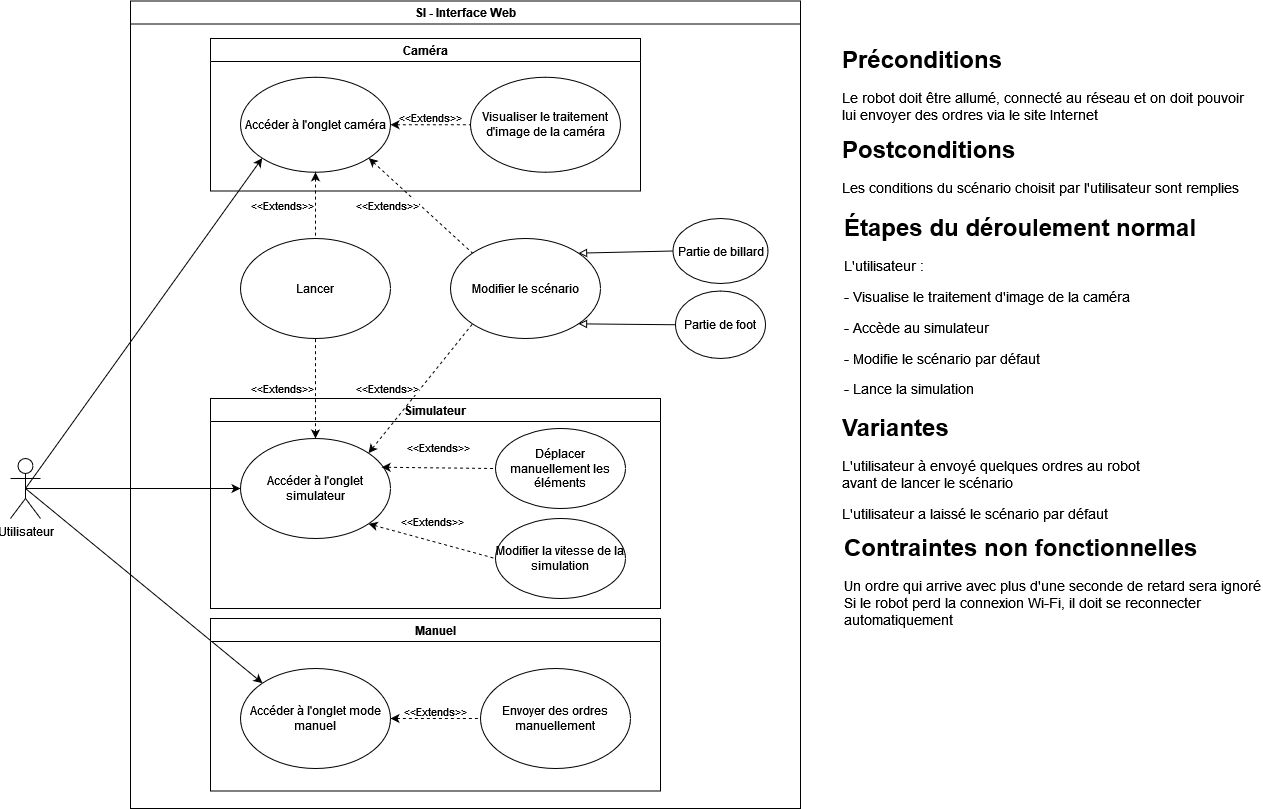
The draw.io diagram Documents/Etude_Prealable/Diagramme_Cas_Utilisation/Diagramme_CU.png in Akip2/RobotBillard, before a commit. Source tidied: cells renumbered, new cells last; positions are measured from the earlier drawing's top-left corner, leaving out a move shared by most shapes.
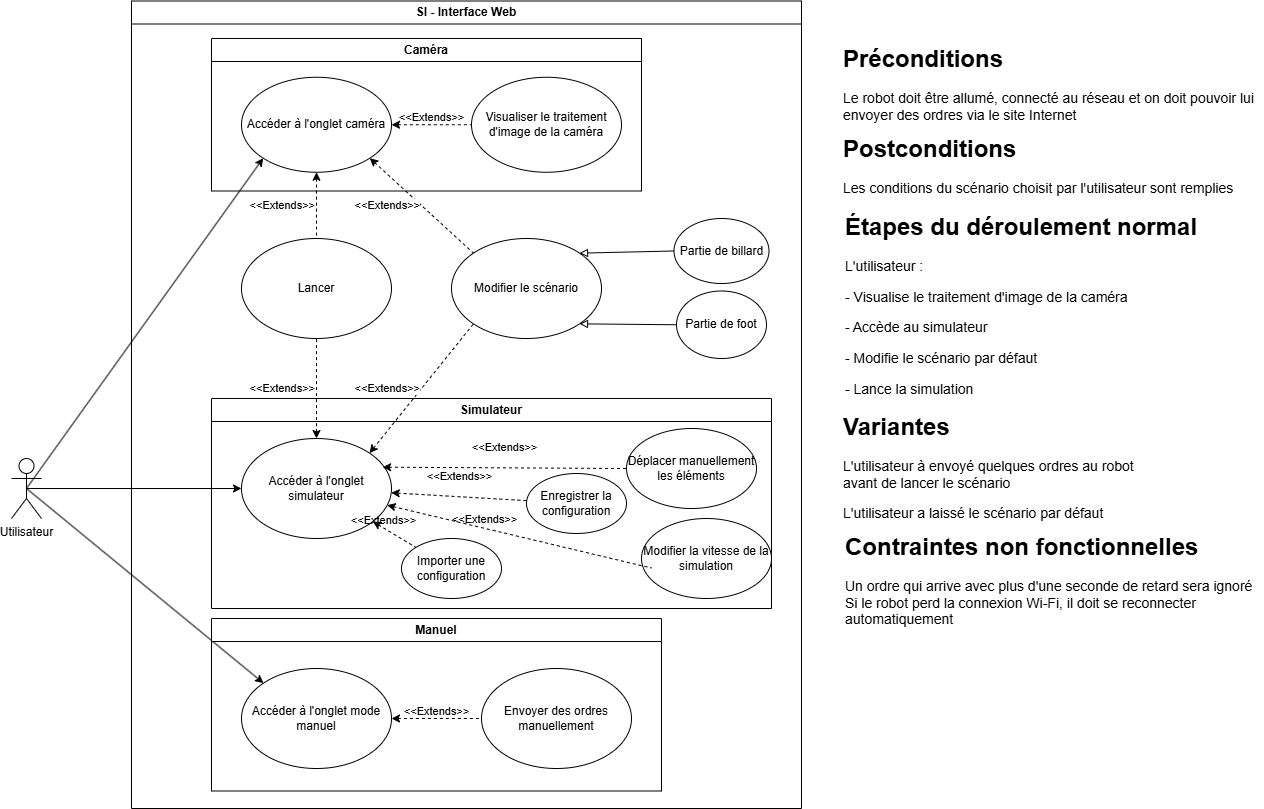
The same file after the commit.

Commit message:
Ajout des fonctionnalités d'import et d'enregistrement de configuration du simulateur

What changed in the source:
```diff
@@ -39,7 +39,7 @@
       <mxGeometry relative="1" as="geometry" />
     </mxCell>
     <mxCell id="14" value="Simulateur" style="swimlane;whiteSpace=wrap;html=1;" parent="9" vertex="1">
-      <mxGeometry x="80" y="397.5" width="450" height="210" as="geometry" />
+      <mxGeometry x="80" y="397.5" width="560" height="210" as="geometry" />
     </mxCell>
     <mxCell id="15" style="edgeStyle=orthogonalEdgeStyle;rounded=0;orthogonalLoop=1;jettySize=auto;html=1;exitX=0.5;exitY=1;exitDx=0;exitDy=0;" parent="14" edge="1">
       <mxGeometry relative="1" as="geometry">
@@ -51,17 +51,31 @@
       <mxGeometry x="30" y="40" width="150" height="100" as="geometry" />
     </mxCell>
     <mxCell id="17" value="Déplacer manuellement les éléments" style="ellipse;whiteSpace=wrap;html=1;" parent="14" vertex="1">
-      <mxGeometry x="285" y="30" width="130" height="80" as="geometry" />
+      <mxGeometry x="415" y="30" width="130" height="80" as="geometry" />
     </mxCell>
     <mxCell id="18" value="&lt;div&gt;&amp;lt;&amp;lt;Extends&amp;gt;&amp;gt;&lt;/div&gt;&lt;div&gt;&lt;br&gt;&lt;/div&gt;&lt;div&gt;&lt;br&gt;&lt;/div&gt;&lt;div&gt;&lt;br&gt;&lt;/div&gt;" style="rounded=0;jettySize=auto;html=1;exitX=0.941;exitY=0.287;exitDx=0;exitDy=0;startArrow=classic;startFill=1;endArrow=none;endFill=0;dashed=1;entryX=0;entryY=0.5;entryDx=0;entryDy=0;align=center;labelBackgroundColor=none;exitPerimeter=0;" parent="14" edge="1" source="16" target="17">
       <mxGeometry relative="1" as="geometry" />
     </mxCell>
     <mxCell id="19" value="Modifier la vitesse de la simulation" style="ellipse;whiteSpace=wrap;html=1;" parent="14" vertex="1">
-      <mxGeometry x="285" y="120" width="130" height="80" as="geometry" />
+      <mxGeometry x="430" y="120" width="130" height="80" as="geometry" />
     </mxCell>
-    <mxCell id="20" value="&lt;div&gt;&amp;lt;&amp;lt;Extends&amp;gt;&amp;gt;&lt;/div&gt;&lt;div&gt;&lt;br&gt;&lt;/div&gt;&lt;div&gt;&lt;br&gt;&lt;/div&gt;&lt;div&gt;&lt;br&gt;&lt;/div&gt;" style="rounded=0;jettySize=auto;html=1;exitX=1;exitY=1;exitDx=0;exitDy=0;startArrow=classic;startFill=1;endArrow=none;endFill=0;dashed=1;entryX=0;entryY=0.5;entryDx=0;entryDy=0;align=center;labelBackgroundColor=none;" parent="14" edge="1" source="16" target="19">
-      <mxGeometry relative="1" as="geometry" />
+    <mxCell id="20" value="&lt;div&gt;&amp;lt;&amp;lt;Extends&amp;gt;&amp;gt;&lt;/div&gt;&lt;div&gt;&lt;br&gt;&lt;/div&gt;&lt;div&gt;&lt;br&gt;&lt;/div&gt;&lt;div&gt;&lt;br&gt;&lt;/div&gt;" style="rounded=0;jettySize=auto;html=1;startArrow=classic;startFill=1;endArrow=none;endFill=0;dashed=1;entryX=0;entryY=0.5;entryDx=0;entryDy=0;align=center;labelBackgroundColor=none;" parent="14" edge="1" source="16">
+      <mxGeometry x="-0.24" y="-11" relative="1" as="geometry">
+        <mxPoint x="440" y="169.5" as="targetPoint" />
+      </mxGeometry>
     </mxCell>
+    <mxCell id="37" value="Enregistrer la configuration" style="ellipse;whiteSpace=wrap;html=1;" parent="14" vertex="1">
+      <mxGeometry x="315" y="75" width="100" height="60" as="geometry" />
+    </mxCell>
+    <mxCell id="38" value="&lt;div&gt;&amp;lt;&amp;lt;Extends&amp;gt;&amp;gt;&lt;/div&gt;&lt;div&gt;&lt;br&gt;&lt;/div&gt;&lt;div&gt;&lt;br&gt;&lt;/div&gt;&lt;div&gt;&lt;br&gt;&lt;/div&gt;" style="rounded=0;jettySize=auto;html=1;startArrow=classic;startFill=1;endArrow=none;endFill=0;dashed=1;align=center;labelBackgroundColor=none;" parent="14" edge="1" source="16" target="37">
+      <mxGeometry relative="1" as="geometry" />
+    </mxCell>
+    <mxCell id="39" value="Importer une configuration" style="ellipse;whiteSpace=wrap;html=1;" parent="14" vertex="1">
+      <mxGeometry x="190" y="140" width="100" height="60" as="geometry" />
+    </mxCell>
+    <mxCell id="40" value="&lt;div&gt;&amp;lt;&amp;lt;Extends&amp;gt;&amp;gt;&lt;/div&gt;&lt;div&gt;&lt;br&gt;&lt;/div&gt;&lt;div&gt;&lt;br&gt;&lt;/div&gt;&lt;div&gt;&lt;br&gt;&lt;/div&gt;" style="rounded=0;jettySize=auto;html=1;startArrow=classic;startFill=1;endArrow=none;endFill=0;dashed=1;align=center;labelBackgroundColor=none;" parent="14" edge="1" source="16" target="39">
+      <mxGeometry x="-0.24" y="-11" relative="1" as="geometry" />
+    </mxCell>
     <mxCell id="21" value="Caméra" style="swimlane;whiteSpace=wrap;html=1;" parent="9" vertex="1">
       <mxGeometry x="80" y="37.5" width="430" height="152.5" as="geometry" />
     </mxCell>
```
